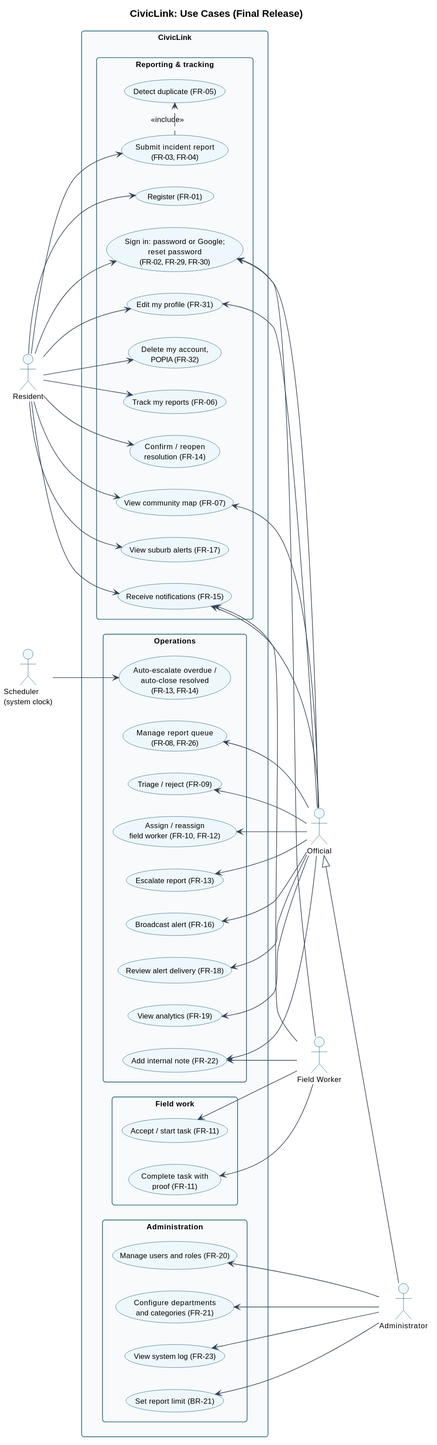
This is docs/diagrams/usecase.svg from altechemist/civiclink, a PlantUML export, as it was before one commit.
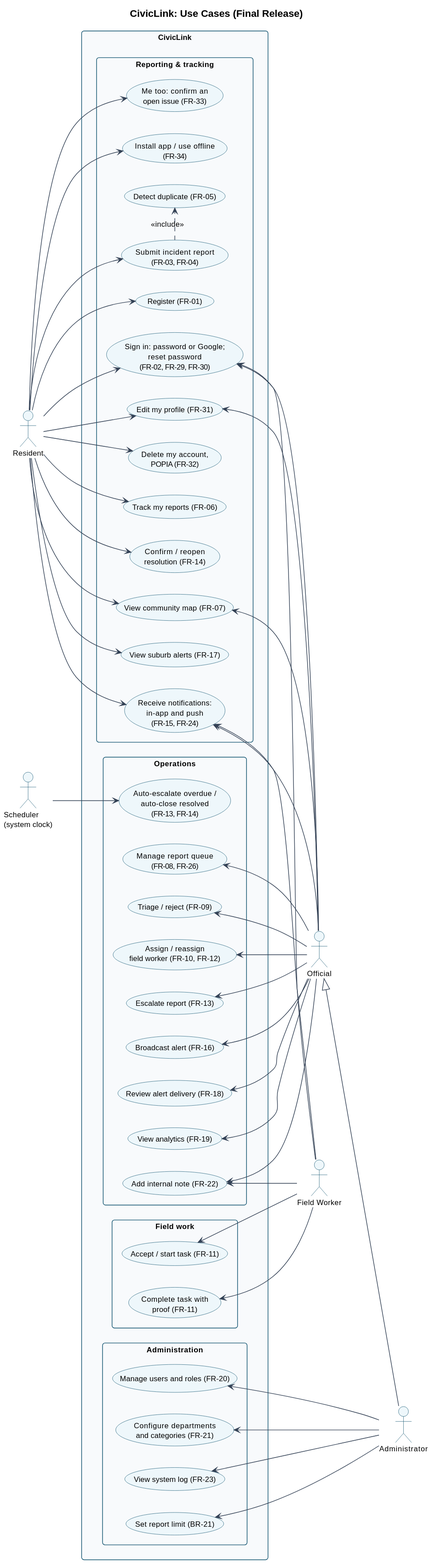
The same diagram one commit later.

What changed in the source:
```diff
@@ -19,7 +19,9 @@
     usecase "Confirm / reopen\nresolution (FR-14)" as UC6
     usecase "View community map (FR-07)" as UC7
     usecase "View suburb alerts (FR-17)" as UC8
-    usecase "Receive notifications (FR-15)" as UC9
+    usecase "Receive notifications:\nin-app and push\n(FR-15, FR-24)" as UC9
+    usecase "Me too: confirm an\nopen issue (FR-33)" as UC27
+    usecase "Install app / use offline\n(FR-34)" as UC28
   }
   package "Operations" {
     usecase "Manage report queue\n(FR-08, FR-26)" as UC13
@@ -59,6 +61,8 @@
 R --> UC8
 R --> UC9
 R --> UC24
+R --> UC27
+R --> UC28
 R --> UC25
 S --> UC23
 
```
